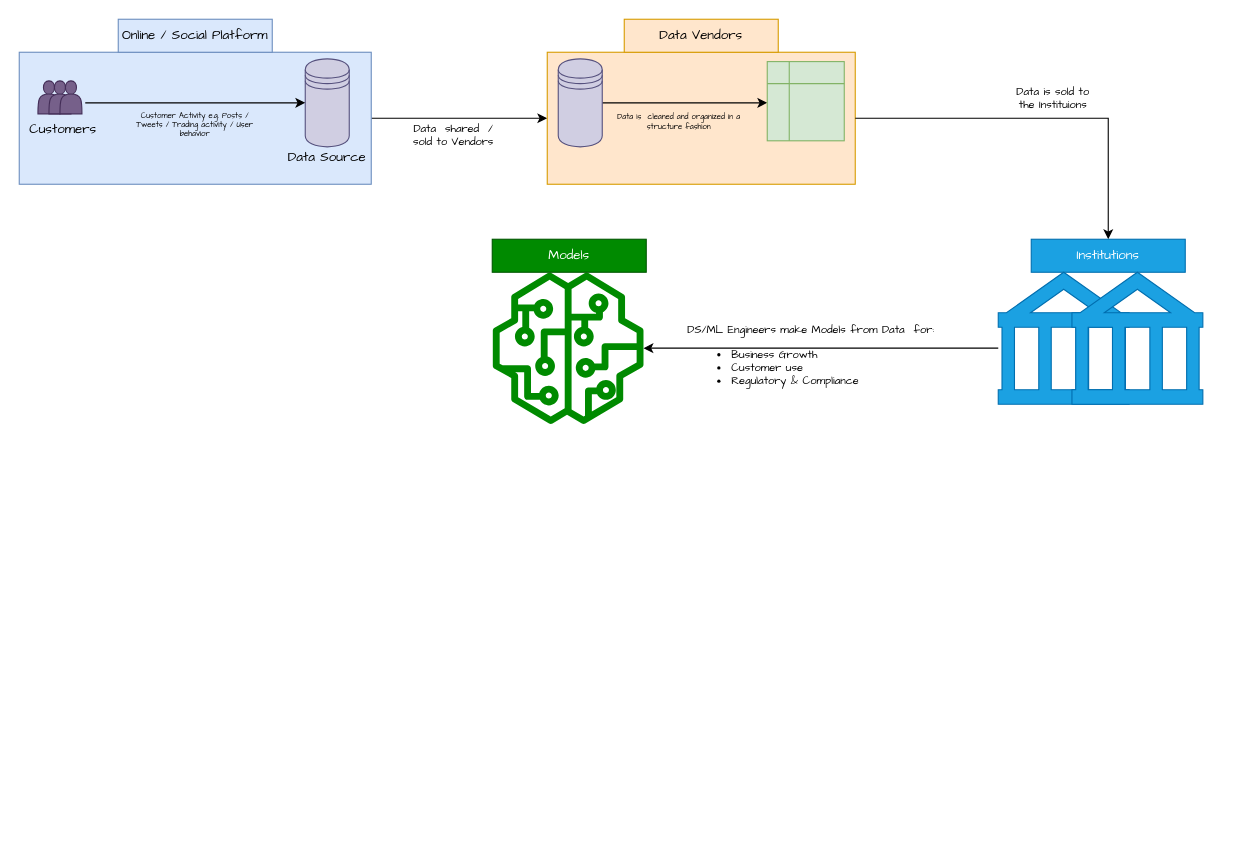
quantfineart/fdp keeps this draw.io diagram as lecturenotes/orientation/FDP Orientation.drawio. Above is the earlier version. Source tidied: cells renumbered, new cells numbered last; positions are measured from the earlier drawing's top-left corner, leaving out a move shared by most shapes. Both pictures are drawn from the tidied source at 110%, with x=0, y=0 at pixel (19, 19).
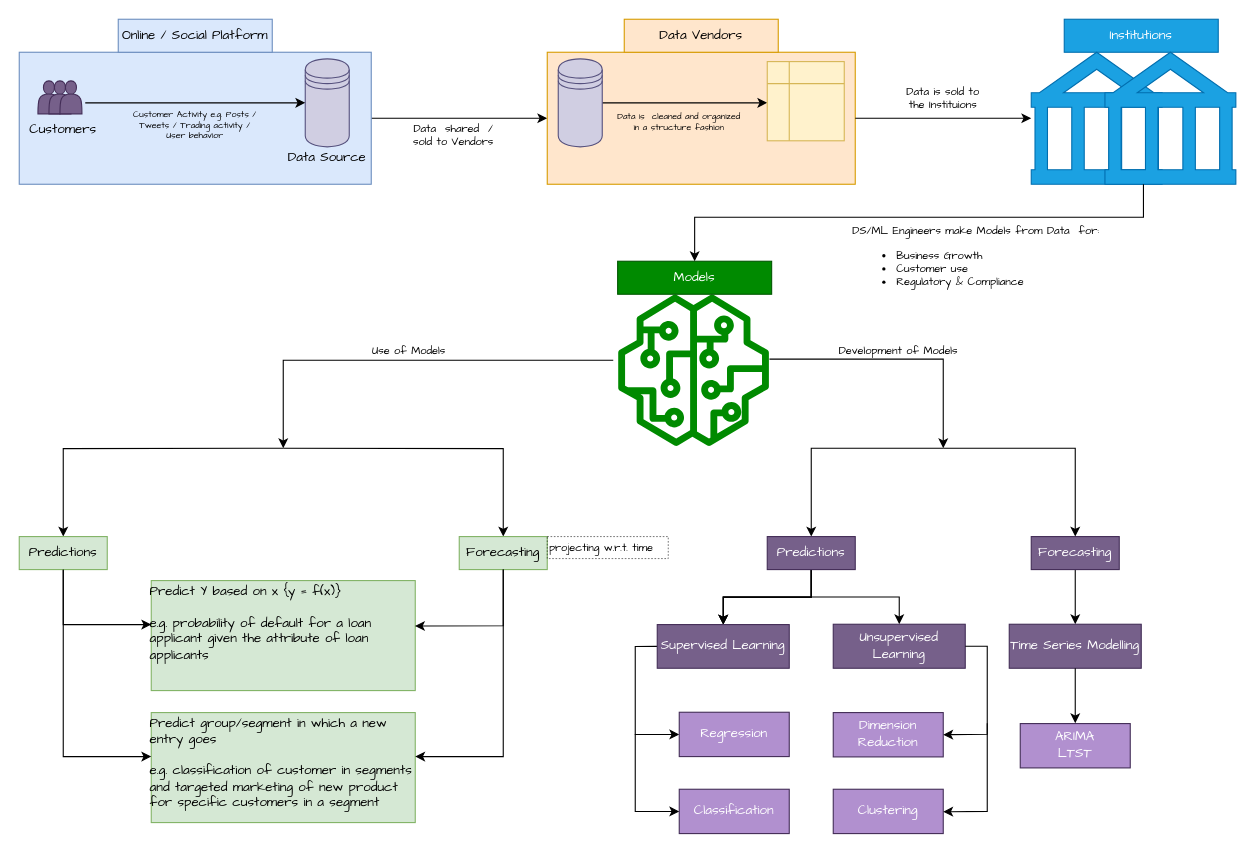
The same diagram, later.

Unchanged cells that the change refers to:
```xml
<mxCell id="14" style="whiteSpace=wrap;html=1;fontFamily=Comic Sans MS;fillColor=#ffe6cc;strokeColor=#d79b00;rounded=0;labelBackgroundColor=none;" parent="1" vertex="1">
  <mxGeometry x="480" y="30" width="280" height="120" as="geometry" />
</mxCell>
<mxCell id="24" style="shape=mxgraph.signs.travel.bank;html=1;fillColor=#1ba1e2;strokeColor=#006EAF;verticalLabelPosition=bottom;verticalAlign=top;align=center;labelBackgroundColor=none;fontFamily=Comic Sans MS;fontSize=7;fontColor=#ffffff;" parent="23" vertex="1">
  <mxGeometry width="119" height="120" as="geometry" />
</mxCell>
```

What changed in the source:
```diff
@@
-    <mxCell id="13" value="Customer Activity e.g. Posts / Tweets / Trading activity / User behavior" style="text;html=1;strokeColor=none;fillColor=none;align=center;verticalAlign=middle;whiteSpace=wrap;rounded=0;labelBackgroundColor=none;fontFamily=Comic Sans MS;fontSize=7;" parent="1" vertex="1">
+    <mxCell id="13" value="Customer Activity e.g. Posts / Tweets / Trading activity / User behavior" style="text;html=1;strokeColor=none;fillColor=none;align=center;verticalAlign=middle;whiteSpace=wrap;rounded=0;labelBackgroundColor=none;fontFamily=Comic Sans MS;fontSize=8;" parent="1" vertex="1">
       <mxGeometry x="100" y="76" width="120" height="40" as="geometry" />
     </mxCell>
@@
-    <mxCell id="19" style="shape=internalStorage;whiteSpace=wrap;html=1;backgroundOutline=1;labelBackgroundColor=none;fontFamily=Comic Sans MS;fontSize=7;fillColor=#d5e8d4;strokeColor=#82b366;" parent="1" vertex="1">
+    <mxCell id="19" style="shape=internalStorage;whiteSpace=wrap;html=1;backgroundOutline=1;labelBackgroundColor=none;fontFamily=Comic Sans MS;fontSize=7;fillColor=#fff2cc;strokeColor=#d6b656;" parent="1" vertex="1">
       <mxGeometry x="680" y="38.5" width="70" height="72" as="geometry" />
     </mxCell>
-    <mxCell id="20" value="Data is&amp;nbsp; cleaned and organized in a structure fashion" style="text;html=1;strokeColor=none;fillColor=none;align=center;verticalAlign=middle;whiteSpace=wrap;rounded=0;labelBackgroundColor=none;fontFamily=Comic Sans MS;fontSize=7;" parent="1" vertex="1">
+    <mxCell id="20" value="Data is&amp;nbsp; cleaned and organized in a structure fashion" style="text;html=1;strokeColor=none;fillColor=none;align=center;verticalAlign=middle;whiteSpace=wrap;rounded=0;labelBackgroundColor=none;fontFamily=Comic Sans MS;fontSize=8;" parent="1" vertex="1">
       <mxGeometry x="540" y="76" width="120" height="34" as="geometry" />
     </mxCell>
-    <mxCell id="21" style="endArrow=classic;html=1;rounded=0;fontFamily=Comic Sans MS;fontSize=7;exitX=1;exitY=0.5;exitDx=0;exitDy=0;entryX=0.5;entryY=0;entryDx=0;entryDy=0;" parent="1" edge="1" source="14" target="22">
+    <mxCell id="21" style="endArrow=classic;html=1;rounded=0;fontFamily=Comic Sans MS;fontSize=7;exitX=1;exitY=0.5;exitDx=0;exitDy=0;" parent="1" edge="1" source="14">
       <mxGeometry relative="1" as="geometry">
-        <Array as="points">
-          <mxPoint x="990" y="90" />
-        </Array>
+        <mxPoint x="920" y="90" as="targetPoint" />
       </mxGeometry>
     </mxCell>
     <mxCell id="22" value="Institutions" style="text;html=1;strokeColor=#006EAF;fillColor=#1ba1e2;align=center;verticalAlign=middle;whiteSpace=wrap;rounded=0;labelBackgroundColor=none;fontFamily=Comic Sans MS;fontColor=#ffffff;" parent="1" vertex="1">
-      <mxGeometry x="920" y="200" width="140" height="30" as="geometry" />
+      <mxGeometry x="950" width="140" height="30" as="geometry" />
     </mxCell>
     <mxCell id="23" style="group;" parent="1" vertex="1">
-      <mxGeometry x="890" y="230" width="186" height="120" as="geometry" />
+      <mxGeometry x="920" y="30" width="186" height="120" as="geometry" />
     </mxCell>
@@
     <mxCell id="26" value="&lt;font style=&quot;font-size: 10px;&quot;&gt;Data is sold to the Instituions&lt;/font&gt;" style="text;html=1;strokeColor=none;fillColor=none;align=center;verticalAlign=middle;whiteSpace=wrap;rounded=0;labelBackgroundColor=none;fontFamily=Comic Sans MS;fontSize=10;" parent="1" vertex="1">
-      <mxGeometry x="900" y="56" width="80" height="30" as="geometry" />
+      <mxGeometry x="800" y="56" width="80" height="30" as="geometry" />
     </mxCell>
     <mxCell id="27" style="sketch=0;outlineConnect=0;fontColor=#ffffff;fillColor=#008a00;strokeColor=#005700;dashed=0;verticalLabelPosition=bottom;verticalAlign=top;align=center;html=1;fontSize=12;fontStyle=0;shape=mxgraph.aws4.sagemaker_model;labelBackgroundColor=none;fontFamily=Comic Sans MS;" parent="1" vertex="1">
-      <mxGeometry x="430" y="230" width="138" height="138" as="geometry" />
+      <mxGeometry x="544" y="250" width="138" height="138" as="geometry" />
     </mxCell>
     <mxCell id="28" value="Models" style="text;html=1;strokeColor=#005700;fillColor=#008a00;align=center;verticalAlign=middle;whiteSpace=wrap;rounded=0;labelBackgroundColor=none;fontFamily=Comic Sans MS;fontColor=#ffffff;" parent="1" vertex="1">
-      <mxGeometry x="430" y="200" width="140" height="30" as="geometry" />
+      <mxGeometry x="544" y="220" width="140" height="30" as="geometry" />
     </mxCell>
-    <mxCell id="29" style="endArrow=classic;html=1;rounded=0;fontFamily=Comic Sans MS;fontSize=10;exitX=0;exitY=0.575;exitDx=0;exitDy=0;exitPerimeter=0;" parent="1" edge="1" source="24" target="27">
-      <mxGeometry relative="1" as="geometry" />
+    <mxCell id="29" style="endArrow=classic;html=1;rounded=0;fontFamily=Comic Sans MS;fontSize=10;entryX=0.5;entryY=0;entryDx=0;entryDy=0;" parent="1" edge="1" target="28">
+      <mxGeometry relative="1" as="geometry">
+        <mxPoint x="1022" y="150" as="sourcePoint" />
+        <Array as="points">
+          <mxPoint x="1022" y="180" />
+          <mxPoint x="614" y="180" />
+        </Array>
+      </mxGeometry>
     </mxCell>
     <mxCell id="30" value="DS/ML Engineers make Models from Data&amp;nbsp; for:&lt;br&gt;&lt;ul&gt;&lt;li style=&quot;text-align: left&quot;&gt;Business Growth&lt;/li&gt;&lt;li style=&quot;text-align: left&quot;&gt;Customer use&lt;/li&gt;&lt;li style=&quot;text-align: left&quot;&gt;Regulatory &amp;amp; Compliance&lt;/li&gt;&lt;/ul&gt;" style="text;html=1;strokeColor=none;fillColor=none;align=center;verticalAlign=top;whiteSpace=wrap;rounded=0;labelBackgroundColor=none;fontFamily=Comic Sans MS;fontSize=10;" parent="1" vertex="1">
-      <mxGeometry x="600" y="270" width="240" height="80" as="geometry" />
+      <mxGeometry x="750" y="180" width="240" height="80" as="geometry" />
     </mxCell>
+    <mxCell id="31" style="endArrow=classic;html=1;rounded=0;" parent="1" edge="1">
+      <mxGeometry relative="1" as="geometry">
+        <mxPoint x="540" y="310" as="sourcePoint" />
+        <mxPoint x="240" y="390" as="targetPoint" />
+        <Array as="points">
+          <mxPoint x="240" y="310" />
+        </Array>
+      </mxGeometry>
+    </mxCell>
+    <mxCell id="32" value="Use of Models" style="edgeLabel;html=1;align=center;verticalAlign=middle;fontFamily=Comic Sans MS;fontSize=10;" parent="31" vertex="1">
+      <mxGeometry x="-0.45" y="-3" relative="1" as="geometry">
+        <mxPoint x="-82" y="-7" as="offset" />
+      </mxGeometry>
+    </mxCell>
+    <mxCell id="33" style="endArrow=classic;html=1;rounded=0;fontFamily=Comic Sans MS;fontSize=10;entryX=0.5;entryY=0;entryDx=0;entryDy=0;" parent="1" edge="1" target="36">
+      <mxGeometry relative="1" as="geometry">
+        <mxPoint x="240" y="390" as="sourcePoint" />
+        <Array as="points">
+          <mxPoint x="40" y="390.3" />
+          <mxPoint x="40" y="430.3" />
+        </Array>
+      </mxGeometry>
+    </mxCell>
+    <mxCell id="34" style="endArrow=classic;html=1;rounded=0;fontFamily=Comic Sans MS;fontSize=10;entryX=0.5;entryY=0;entryDx=0;entryDy=0;" parent="1" edge="1" target="37">
+      <mxGeometry relative="1" as="geometry">
+        <mxPoint x="240" y="390" as="sourcePoint" />
+        <Array as="points">
+          <mxPoint x="440" y="390.3" />
+        </Array>
+      </mxGeometry>
+    </mxCell>
+    <mxCell id="35" style="edgeStyle=orthogonalEdgeStyle;rounded=0;jettySize=auto;html=1;fontFamily=Comic Sans MS;fontSize=12;exitX=0.5;exitY=1;exitDx=0;exitDy=0;" parent="1" edge="1" source="36" target="38">
+      <mxGeometry relative="1" as="geometry">
+        <Array as="points">
+          <mxPoint x="40" y="550.3" />
+        </Array>
+      </mxGeometry>
+    </mxCell>
+    <mxCell id="36" value="Predictions" style="text;html=1;strokeColor=#82b366;fillColor=#d5e8d4;align=center;verticalAlign=middle;whiteSpace=wrap;rounded=0;fontFamily=Comic Sans MS;fontSize=12;" parent="1" vertex="1">
+      <mxGeometry y="470.3" width="80" height="30" as="geometry" />
+    </mxCell>
+    <mxCell id="37" value="Forecasting" style="text;html=1;align=center;verticalAlign=middle;whiteSpace=wrap;rounded=0;fontFamily=Comic Sans MS;fontSize=12;strokeColor=#82b366;fillColor=#d5e8d4;" parent="1" vertex="1">
+      <mxGeometry x="400" y="470.3" width="80" height="30" as="geometry" />
+    </mxCell>
+    <mxCell id="38" value="&lt;span&gt;Predict Y based on x {&lt;/span&gt;&lt;span&gt;y = f(x)}&lt;br&gt;&lt;br&gt;&lt;/span&gt;&lt;div&gt;&lt;span&gt;e.g. probability of default for a loan applicant given the attribute of loan applicants&lt;/span&gt;&lt;/div&gt;" style="whiteSpace=wrap;html=1;fontFamily=Comic Sans MS;fillColor=#d5e8d4;strokeColor=#82b366;gradientColor=none;rounded=0;align=left;spacing=-1;verticalAlign=top;" parent="1" vertex="1">
+      <mxGeometry x="120" y="510.3" width="240" height="100" as="geometry" />
+    </mxCell>
+    <mxCell id="39" value="&lt;span&gt;Predict group/segment in which a new entry goes&lt;br&gt;&lt;br&gt;e.g. classification of customer in segments and targeted&amp;nbsp;marketing of new product for specific customers&amp;nbsp;in a segment&lt;br&gt;&lt;/span&gt;" style="whiteSpace=wrap;html=1;fontFamily=Comic Sans MS;fillColor=#d5e8d4;strokeColor=#82b366;rounded=0;align=left;verticalAlign=top;horizontal=1;spacing=-1;" parent="1" vertex="1">
+      <mxGeometry x="120" y="630.3" width="240" height="100" as="geometry" />
+    </mxCell>
+    <mxCell id="40" style="edgeStyle=orthogonalEdgeStyle;rounded=0;jettySize=auto;html=1;fontFamily=Comic Sans MS;fontSize=12;exitX=0.5;exitY=1;exitDx=0;exitDy=0;" parent="1" edge="1" source="36">
+      <mxGeometry relative="1" as="geometry">
+        <mxPoint x="120" y="670.3" as="targetPoint" />
+        <Array as="points">
+          <mxPoint x="40" y="670.3" />
+        </Array>
+      </mxGeometry>
+    </mxCell>
+    <mxCell id="41" value="projecting w.r.t. time" style="text;html=1;strokeColor=default;fillColor=none;align=left;verticalAlign=middle;whiteSpace=wrap;rounded=0;fontFamily=Comic Sans MS;fontSize=10;dashed=1;strokeWidth=0.5;" parent="1" vertex="1">
+      <mxGeometry x="480" y="470.3" width="110" height="20" as="geometry" />
+    </mxCell>
+    <mxCell id="42" style="endArrow=classic;html=1;rounded=0;fontFamily=Comic Sans MS;fontSize=10;entryX=0.999;entryY=0.413;entryDx=0;entryDy=0;exitX=0.5;exitY=1;exitDx=0;exitDy=0;entryPerimeter=0;" parent="1" edge="1" source="37" target="38">
+      <mxGeometry relative="1" as="geometry">
+        <Array as="points">
+          <mxPoint x="440" y="551.3" />
+        </Array>
+      </mxGeometry>
+    </mxCell>
+    <mxCell id="43" style="endArrow=classic;html=1;rounded=0;fontFamily=Comic Sans MS;fontSize=10;entryX=1;entryY=0.5;entryDx=0;entryDy=0;exitX=0.5;exitY=1;exitDx=0;exitDy=0;" parent="1" edge="1" source="37">
+      <mxGeometry relative="1" as="geometry">
+        <mxPoint x="360" y="670.3" as="targetPoint" />
+        <Array as="points">
+          <mxPoint x="440" y="630.3" />
+          <mxPoint x="440" y="670.3" />
+        </Array>
+      </mxGeometry>
+    </mxCell>
+    <mxCell id="44" style="endArrow=classic;html=1;rounded=0;" parent="1" edge="1">
+      <mxGeometry relative="1" as="geometry">
+        <mxPoint x="682" y="309" as="sourcePoint" />
+        <mxPoint x="840" y="390" as="targetPoint" />
+        <Array as="points">
+          <mxPoint x="840" y="309" />
+        </Array>
+      </mxGeometry>
+    </mxCell>
+    <mxCell id="45" value="Development of Models" style="edgeLabel;html=1;align=center;verticalAlign=middle;fontFamily=Comic Sans MS;fontSize=10;" parent="44" vertex="1">
+      <mxGeometry x="-0.45" y="-3" relative="1" as="geometry">
+        <mxPoint x="50" y="-12" as="offset" />
+      </mxGeometry>
+    </mxCell>
+    <mxCell id="46" style="edgeStyle=orthogonalEdgeStyle;rounded=0;jettySize=auto;html=1;fontFamily=Comic Sans MS;fontSize=10;" parent="1" edge="1" target="51">
+      <mxGeometry relative="1" as="geometry">
+        <mxPoint x="840" y="390" as="sourcePoint" />
+        <Array as="points">
+          <mxPoint x="720" y="390" />
+        </Array>
+      </mxGeometry>
+    </mxCell>
+    <mxCell id="47" style="edgeStyle=orthogonalEdgeStyle;rounded=0;jettySize=auto;html=1;fontFamily=Comic Sans MS;fontSize=10;" parent="1" edge="1" source="51" target="56">
+      <mxGeometry relative="1" as="geometry" />
+    </mxCell>
+    <mxCell id="48" style="edgeStyle=orthogonalEdgeStyle;rounded=0;jettySize=auto;html=1;fontFamily=Comic Sans MS;fontSize=10;" parent="1" edge="1" source="51" target="56">
+      <mxGeometry relative="1" as="geometry" />
+    </mxCell>
+    <mxCell id="49" style="edgeStyle=orthogonalEdgeStyle;rounded=0;jettySize=auto;html=1;fontFamily=Comic Sans MS;fontSize=10;" parent="1" edge="1" source="51" target="56">
+      <mxGeometry relative="1" as="geometry" />
+    </mxCell>
+    <mxCell id="50" style="edgeStyle=orthogonalEdgeStyle;rounded=0;jettySize=auto;html=1;fontFamily=Comic Sans MS;fontSize=10;" parent="1" edge="1" source="51" target="57">
+      <mxGeometry relative="1" as="geometry" />
+    </mxCell>
+    <mxCell id="51" value="Predictions" style="text;html=1;strokeColor=#432D57;fillColor=#76608a;align=center;verticalAlign=middle;whiteSpace=wrap;rounded=0;fontFamily=Comic Sans MS;fontSize=12;fontColor=#ffffff;" parent="1" vertex="1">
+      <mxGeometry x="680" y="470.3" width="80" height="30" as="geometry" />
+    </mxCell>
+    <mxCell id="52" style="edgeStyle=orthogonalEdgeStyle;rounded=0;jettySize=auto;html=1;fontFamily=Comic Sans MS;fontSize=10;" parent="1" edge="1" source="53" target="58">
+      <mxGeometry relative="1" as="geometry" />
+    </mxCell>
+    <mxCell id="53" value="Forecasting" style="text;html=1;align=center;verticalAlign=middle;whiteSpace=wrap;rounded=0;fontFamily=Comic Sans MS;fontSize=12;strokeColor=#432D57;fillColor=#76608a;fontColor=#ffffff;" parent="1" vertex="1">
+      <mxGeometry x="920" y="470.3" width="80" height="30" as="geometry" />
+    </mxCell>
+    <mxCell id="54" style="edgeStyle=orthogonalEdgeStyle;rounded=0;orthogonalLoop=1;jettySize=auto;html=1;fontFamily=Comic Sans MS;fontSize=10;" parent="1" edge="1">
+      <mxGeometry relative="1" as="geometry">
+        <mxPoint x="840" y="390" as="sourcePoint" />
+        <mxPoint x="960" y="470.3" as="targetPoint" />
+        <Array as="points">
+          <mxPoint x="960" y="390" />
+        </Array>
+      </mxGeometry>
+    </mxCell>
+    <mxCell id="55" style="edgeStyle=orthogonalEdgeStyle;rounded=0;jettySize=auto;html=1;fontFamily=Comic Sans MS;fontSize=10;exitX=0;exitY=0.5;exitDx=0;exitDy=0;entryX=0;entryY=0.5;entryDx=0;entryDy=0;" parent="1" edge="1" source="56" target="59">
+      <mxGeometry relative="1" as="geometry" />
+    </mxCell>
+    <mxCell id="56" value="Supervised Learning" style="whiteSpace=wrap;html=1;fontFamily=Comic Sans MS;fillColor=#76608a;strokeColor=#432D57;rounded=0;fontColor=#ffffff;" parent="1" vertex="1">
+      <mxGeometry x="580" y="550.3" width="120" height="39.7" as="geometry" />
+    </mxCell>
+    <mxCell id="57" value="Unsupervised Learning" style="whiteSpace=wrap;html=1;fontFamily=Comic Sans MS;fillColor=#76608a;strokeColor=#432D57;rounded=0;fontColor=#ffffff;" parent="1" vertex="1">
+      <mxGeometry x="740" y="550" width="120" height="40" as="geometry" />
+    </mxCell>
+    <mxCell id="58" value="Time Series Modelling" style="whiteSpace=wrap;html=1;fontFamily=Comic Sans MS;fillColor=#76608a;strokeColor=#432D57;fontColor=#ffffff;gradientColor=none;rounded=0;" parent="1" vertex="1">
+      <mxGeometry x="900" y="550" width="120" height="40" as="geometry" />
+    </mxCell>
+    <mxCell id="59" value="Regression" style="whiteSpace=wrap;html=1;fontFamily=Comic Sans MS;fillColor=#B190CF;strokeColor=#432D57;fontColor=#ffffff;rounded=0;" parent="1" vertex="1">
+      <mxGeometry x="600" y="630" width="100" height="40.3" as="geometry" />
+    </mxCell>
+    <mxCell id="60" value="Classification" style="whiteSpace=wrap;html=1;fontFamily=Comic Sans MS;fillColor=#B190CF;strokeColor=#432D57;fontColor=#ffffff;rounded=0;" parent="1" vertex="1">
+      <mxGeometry x="600" y="700" width="100" height="40.3" as="geometry" />
+    </mxCell>
+    <mxCell id="61" style="edgeStyle=orthogonalEdgeStyle;rounded=0;jettySize=auto;html=1;fontFamily=Comic Sans MS;fontSize=10;entryX=0;entryY=0.5;entryDx=0;entryDy=0;" parent="1" edge="1" target="60">
+      <mxGeometry relative="1" as="geometry">
+        <mxPoint x="560" y="650" as="sourcePoint" />
+        <Array as="points">
+          <mxPoint x="560" y="720" />
+        </Array>
+      </mxGeometry>
+    </mxCell>
+    <mxCell id="62" value="Dimension Reduction" style="whiteSpace=wrap;html=1;fontFamily=Comic Sans MS;fillColor=#B190CF;strokeColor=#432D57;fontColor=#ffffff;rounded=0;" parent="1" vertex="1">
+      <mxGeometry x="740" y="630.3" width="100" height="40.3" as="geometry" />
+    </mxCell>
+    <mxCell id="63" value="Clustering" style="whiteSpace=wrap;html=1;fontFamily=Comic Sans MS;fillColor=#B190CF;strokeColor=#432D57;fontColor=#ffffff;rounded=0;" parent="1" vertex="1">
+      <mxGeometry x="740" y="700" width="100" height="40.3" as="geometry" />
+    </mxCell>
+    <mxCell id="64" style="endArrow=classic;html=1;rounded=0;fontFamily=Comic Sans MS;fontSize=10;entryX=1;entryY=0.5;entryDx=0;entryDy=0;exitX=1;exitY=0.5;exitDx=0;exitDy=0;" parent="1" edge="1" source="57" target="62">
+      <mxGeometry relative="1" as="geometry">
+        <Array as="points">
+          <mxPoint x="880" y="570" />
+          <mxPoint x="880" y="650" />
+        </Array>
+      </mxGeometry>
+    </mxCell>
+    <mxCell id="65" style="endArrow=classic;html=1;rounded=0;fontFamily=Comic Sans MS;fontSize=10;entryX=1;entryY=0.5;entryDx=0;entryDy=0;" parent="1" edge="1">
+      <mxGeometry relative="1" as="geometry">
+        <mxPoint x="880" y="640" as="sourcePoint" />
+        <mxPoint x="840" y="720.5" as="targetPoint" />
+        <Array as="points">
+          <mxPoint x="880" y="640.1" />
+          <mxPoint x="880" y="720.1" />
+        </Array>
+      </mxGeometry>
+    </mxCell>
+    <mxCell id="66" style="endArrow=classic;html=1;rounded=0;fontFamily=Comic Sans MS;fontSize=10;exitX=0.5;exitY=1;exitDx=0;exitDy=0;" parent="1" edge="1" source="58">
+      <mxGeometry relative="1" as="geometry">
+        <mxPoint x="960" y="640" as="targetPoint" />
+        <Array as="points">
+          <mxPoint x="960" y="620" />
+        </Array>
+      </mxGeometry>
+    </mxCell>
+    <mxCell id="67" value="ARIMA&lt;br&gt;LTST" style="whiteSpace=wrap;html=1;fontFamily=Comic Sans MS;fillColor=#B190CF;strokeColor=#432D57;fontColor=#ffffff;rounded=0;" parent="1" vertex="1">
+      <mxGeometry x="910" y="640.3" width="100" height="40.3" as="geometry" />
+    </mxCell>
```
